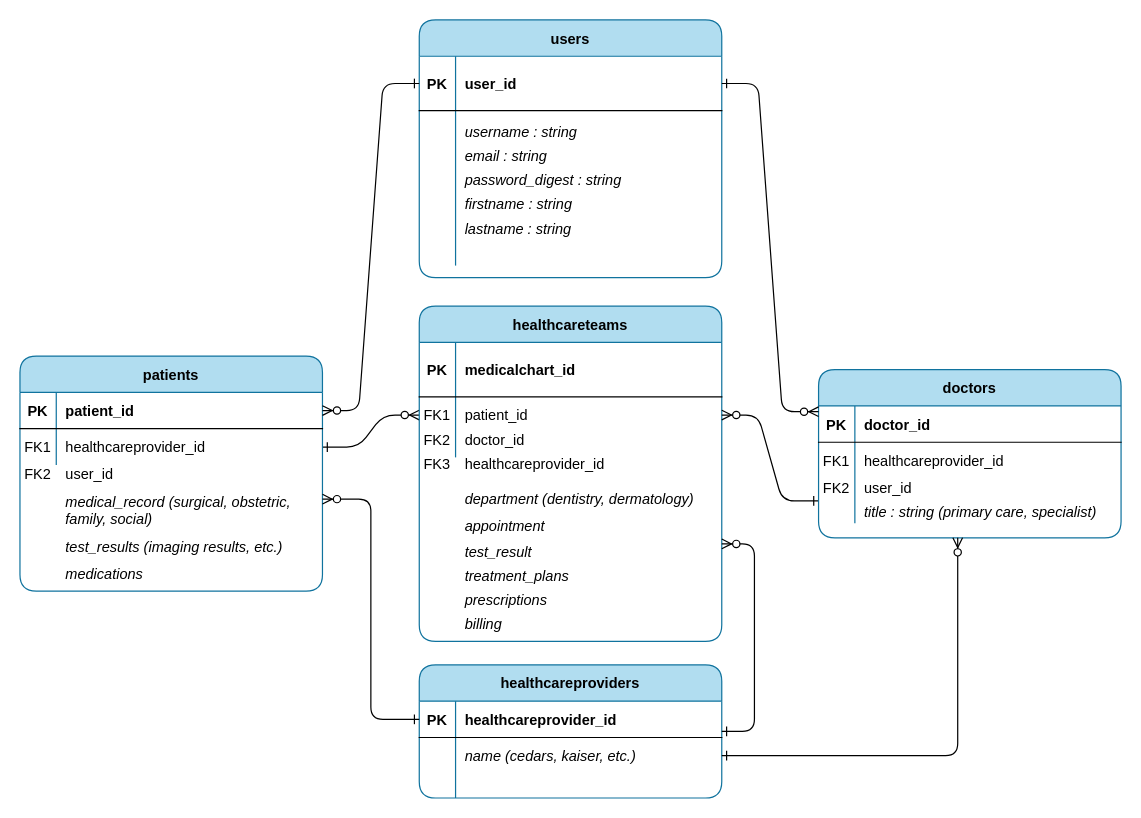
Above: PlanMyMDVisit.drawio in fentybit/PlanMyMDVisit (draw.io), before the change. Source tidied: cells renumbered, new cells numbered last; positions are measured from the earlier drawing's top-left corner, leaving out a move shared by most shapes. Both pictures are drawn from the tidied source at 121%, with x=0, y=0 at pixel (19, 19).
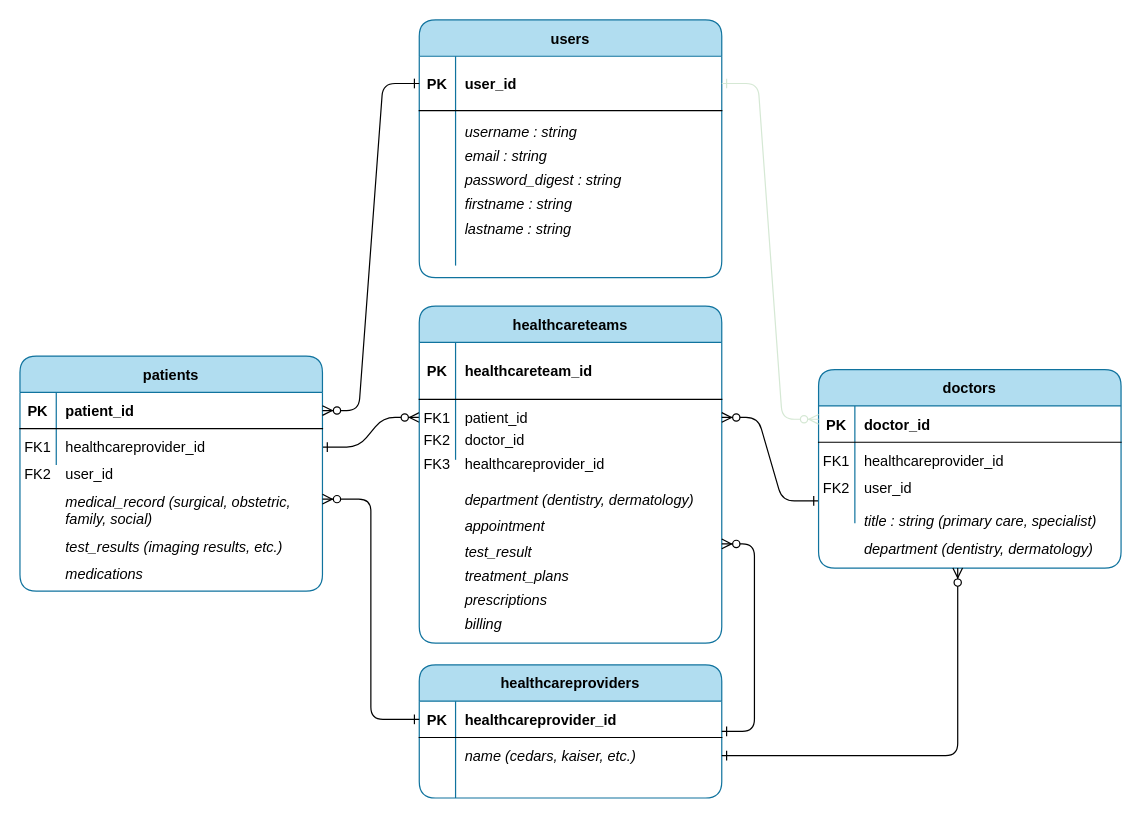
After the change.

The change refers to these unchanged cells:
```xml
<mxCell id="34" style="shape=partialRectangle;fillColor=none;points=[[0,0.5],[1,0.5]];portConstraint=eastwest;top=0;left=0;right=0;bottom=1;" parent="33" vertex="1">
  <mxGeometry y="30" width="250" height="45" as="geometry" />
</mxCell>
<mxCell id="69" style="shape=partialRectangle;fillColor=none;points=[[0,0.5],[1,0.5]];portConstraint=eastwest;top=0;left=0;right=0;bottom=0;" parent="65" vertex="1">
  <mxGeometry y="60" width="250" height="30" as="geometry" />
</mxCell>
```

What changed in the source:
```diff
@@
     <mxCell id="3" value="healthcareteams" style="shape=table;startSize=30;childLayout=tableLayout;rowLines=0;fontStyle=1;align=center;rounded=1;fillColor=#b1ddf0;strokeColor=#10739e;" parent="1" vertex="1">
-      <mxGeometry x="330" y="236.5" width="250" height="277" as="geometry" />
+      <mxGeometry x="330" y="236.5" width="250" height="278.5" as="geometry" />
     </mxCell>
     <mxCell id="4" style="shape=partialRectangle;fillColor=none;top=0;left=0;right=0;bottom=1;" parent="3" vertex="1">
-      <mxGeometry y="30" width="250" height="45" as="geometry" />
+      <mxGeometry y="30" width="250" height="47" as="geometry" />
     </mxCell>
     <mxCell id="5" value="PK" style="shape=partialRectangle;overflow=hidden;fillColor=none;top=0;left=0;bottom=0;right=0;fontStyle=1;" parent="4" vertex="1">
-      <mxGeometry width="30" height="45" as="geometry" />
+      <mxGeometry width="30" height="47" as="geometry" />
     </mxCell>
-    <mxCell id="6" value="medicalchart_id" style="shape=partialRectangle;overflow=hidden;fillColor=none;top=0;left=0;bottom=0;right=0;align=left;spacingLeft=6;fontStyle=1;" parent="4" vertex="1">
-      <mxGeometry x="30" width="220" height="45" as="geometry" />
+    <mxCell id="6" value="healthcareteam_id" style="shape=partialRectangle;overflow=hidden;fillColor=none;top=0;left=0;bottom=0;right=0;align=left;spacingLeft=6;fontStyle=1;" parent="4" vertex="1">
+      <mxGeometry x="30" width="220" height="47" as="geometry" />
     </mxCell>
     <mxCell id="7" style="shape=partialRectangle;fillColor=none;points=[[0,0.5],[1,0.5]];portConstraint=eastwest;top=0;left=0;right=0;bottom=0;" parent="3" vertex="1">
-      <mxGeometry y="75" width="250" height="30" as="geometry" />
+      <mxGeometry y="77" width="250" height="30" as="geometry" />
     </mxCell>
@@
     <mxCell id="10" style="shape=partialRectangle;fillColor=none;top=0;left=0;right=0;bottom=0;" parent="3" vertex="1">
-      <mxGeometry y="105" width="250" height="20" as="geometry" />
+      <mxGeometry y="107" width="250" height="20" as="geometry" />
     </mxCell>
@@
     <mxCell id="22" value="doctors" style="shape=table;startSize=30;childLayout=tableLayout;rowLines=0;fontStyle=1;align=center;rounded=1;fillColor=#b1ddf0;strokeColor=#10739e;" parent="1" vertex="1">
-      <mxGeometry x="660" y="289" width="250" height="139" as="geometry" />
+      <mxGeometry x="660" y="289" width="250" height="164" as="geometry" />
     </mxCell>
@@
-    <mxCell id="44" style="edgeStyle=entityRelationEdgeStyle;endArrow=ERzeroToMany;startArrow=ERone;endFill=1;startFill=0;exitX=1;exitY=0.5;exitDx=0;exitDy=0;entryX=0;entryY=0.25;entryDx=0;entryDy=0;" parent="1" edge="1" source="34" target="22">
+    <mxCell id="44" style="edgeStyle=entityRelationEdgeStyle;endArrow=ERzeroToMany;startArrow=ERone;endFill=1;startFill=0;exitX=1;exitY=0.5;exitDx=0;exitDy=0;entryX=0;entryY=0.25;entryDx=0;entryDy=0;strokeColor=#D5E8D4;" parent="1" edge="1" source="34" target="22">
       <mxGeometry relative="1" as="geometry" />
     </mxCell>
@@
     <mxCell id="55" value="title : string (primary care, specialist)" style="shape=partialRectangle;overflow=hidden;fillColor=none;top=0;left=0;bottom=0;right=0;align=left;spacingLeft=6;fontStyle=2;" parent="1" vertex="1">
-      <mxGeometry x="690" y="391.5" width="220" height="30" as="geometry" />
+      <mxGeometry x="690" y="398.5" width="220" height="30" as="geometry" />
     </mxCell>
@@
-    <mxCell id="62" value="department (dentistry, dermatology)" style="shape=partialRectangle;overflow=hidden;fillColor=none;top=0;left=0;bottom=0;right=0;align=left;spacingLeft=6;fontStyle=2;" parent="1" vertex="1">
-      <mxGeometry x="360" y="380.5" width="220" height="30" as="geometry" />
-    </mxCell>
@@
     <mxCell id="76" style="edgeStyle=elbowEdgeStyle;endArrow=ERzeroToMany;startArrow=ERone;endFill=1;startFill=0;exitX=1;exitY=0.5;exitDx=0;exitDy=0;" parent="1" edge="1" source="69">
       <mxGeometry relative="1" as="geometry">
-        <mxPoint x="775" y="428" as="targetPoint" />
+        <mxPoint x="775" y="453" as="targetPoint" />
         <Array as="points">
           <mxPoint x="775" y="523" />
         </Array>
       </mxGeometry>
     </mxCell>
@@
+    <mxCell id="80" value="department (dentistry, dermatology)" style="shape=partialRectangle;overflow=hidden;fillColor=none;top=0;left=0;bottom=0;right=0;align=left;spacingLeft=6;fontStyle=2;" parent="1" vertex="1">
+      <mxGeometry x="690" y="421.5" width="220" height="30" as="geometry" />
+    </mxCell>
+    <mxCell id="81" value="department (dentistry, dermatology)" style="shape=partialRectangle;overflow=hidden;fillColor=none;top=0;left=0;bottom=0;right=0;align=left;spacingLeft=6;fontStyle=2;" parent="1" vertex="1">
+      <mxGeometry x="360" y="381.5" width="220" height="30" as="geometry" />
+    </mxCell>
```
